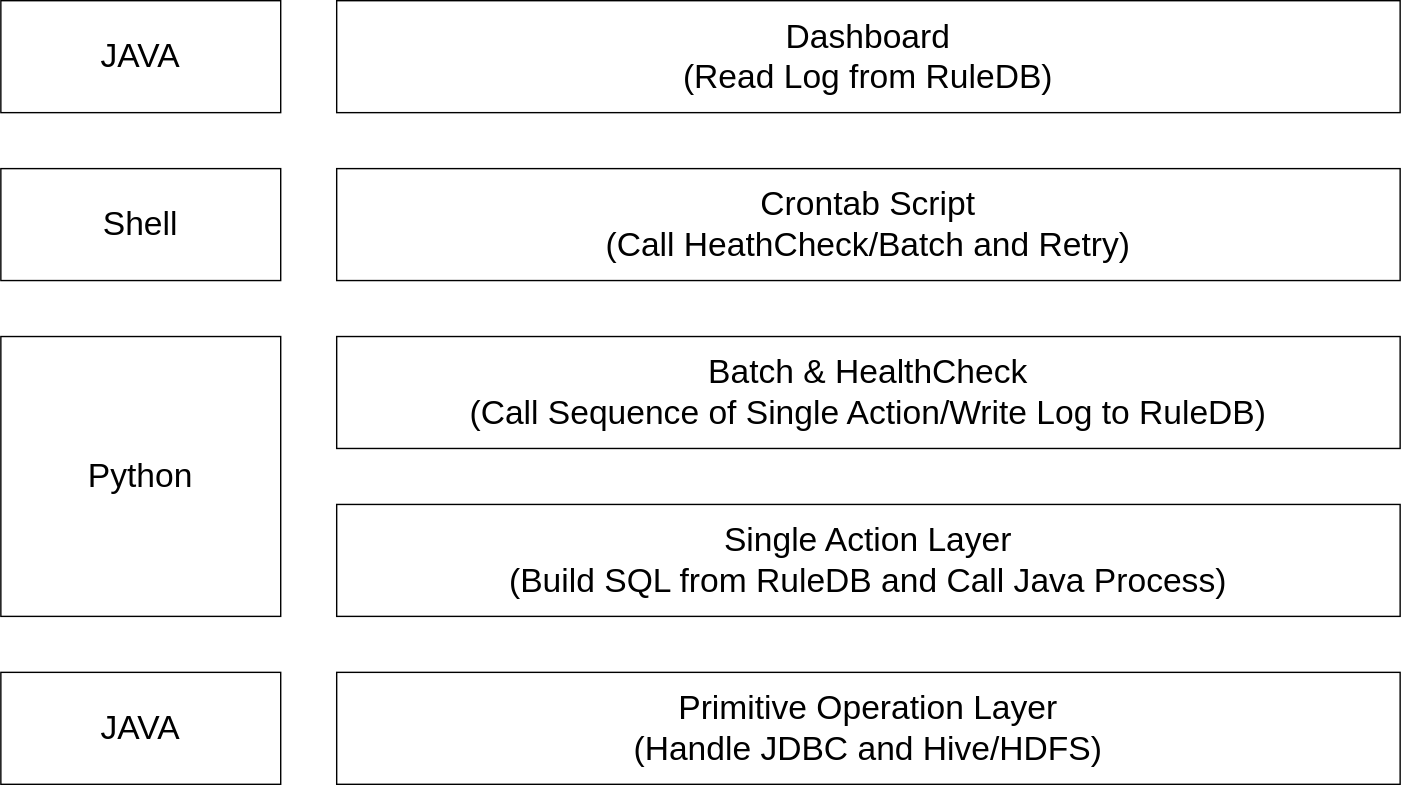
Above: images/Data Lake Architecture.svg in assam258-5892/DataLakeDocs (draw.io), before the change. Source tidied: cells renumbered, new cells last; positions are measured from the earlier drawing's top-left corner, leaving out a move shared by most shapes. The source it was exported from:
```xml
<mxGraphModel>
  <root>
    <mxCell id="0" />
    <mxCell id="1" parent="0" />
    <mxCell id="2" value="&lt;font style=&quot;font-size: 24px&quot;&gt;JAVA&lt;/font&gt;" style="rounded=0;whiteSpace=wrap;html=1;" parent="1" vertex="1">
      <mxGeometry y="480" width="200" height="80" as="geometry" />
    </mxCell>
    <mxCell id="3" value="&lt;font style=&quot;font-size: 24px&quot;&gt;Python&lt;/font&gt;" style="rounded=0;whiteSpace=wrap;html=1;" parent="1" vertex="1">
      <mxGeometry y="240" width="200" height="200" as="geometry" />
    </mxCell>
    <mxCell id="4" value="&lt;font style=&quot;font-size: 24px&quot;&gt;Shell&lt;/font&gt;" style="rounded=0;whiteSpace=wrap;html=1;" parent="1" vertex="1">
      <mxGeometry y="120" width="200" height="80" as="geometry" />
    </mxCell>
    <mxCell id="5" value="&lt;font style=&quot;font-size: 24px&quot;&gt;Crontab Script&lt;br&gt;(Call HeathCheck/Batch and Retry)&lt;br&gt;&lt;/font&gt;" style="rounded=0;whiteSpace=wrap;html=1;" parent="1" vertex="1">
      <mxGeometry x="240" y="120" width="760" height="80" as="geometry" />
    </mxCell>
    <mxCell id="6" value="&lt;font style=&quot;font-size: 24px&quot;&gt;Batch &amp;amp; HealthCheck&lt;br&gt;(Call Sequence of Single Action/Write Log to RuleDB)&lt;br&gt;&lt;/font&gt;" style="rounded=0;whiteSpace=wrap;html=1;" parent="1" vertex="1">
      <mxGeometry x="240" y="240" width="760" height="80" as="geometry" />
    </mxCell>
    <mxCell id="7" value="&lt;font style=&quot;font-size: 24px&quot;&gt;Single Action Layer&lt;br&gt;(Build SQL from RuleDB and Call Java Process)&lt;br&gt;&lt;/font&gt;" style="rounded=0;whiteSpace=wrap;html=1;" parent="1" vertex="1">
      <mxGeometry x="240" y="360" width="760" height="80" as="geometry" />
    </mxCell>
    <mxCell id="8" value="&lt;span style=&quot;font-size: 24px&quot;&gt;Primitive Operation Layer&lt;br&gt;(Handle JDBC and Hive/HDFS)&lt;br&gt;&lt;/span&gt;" style="rounded=0;whiteSpace=wrap;html=1;" parent="1" vertex="1">
      <mxGeometry x="240" y="480" width="760" height="80" as="geometry" />
    </mxCell>
    <mxCell id="9" value="&lt;font style=&quot;font-size: 24px&quot;&gt;Dashboard&lt;br&gt;(Read Log from RuleDB)&lt;br&gt;&lt;/font&gt;" style="rounded=0;whiteSpace=wrap;html=1;" parent="1" vertex="1">
      <mxGeometry x="240" width="760" height="80" as="geometry" />
    </mxCell>
    <mxCell id="10" value="&lt;font style=&quot;font-size: 24px&quot;&gt;JAVA&lt;/font&gt;" style="rounded=0;whiteSpace=wrap;html=1;" parent="1" vertex="1">
      <mxGeometry width="200" height="80" as="geometry" />
    </mxCell>
  </root>
</mxGraphModel>
```
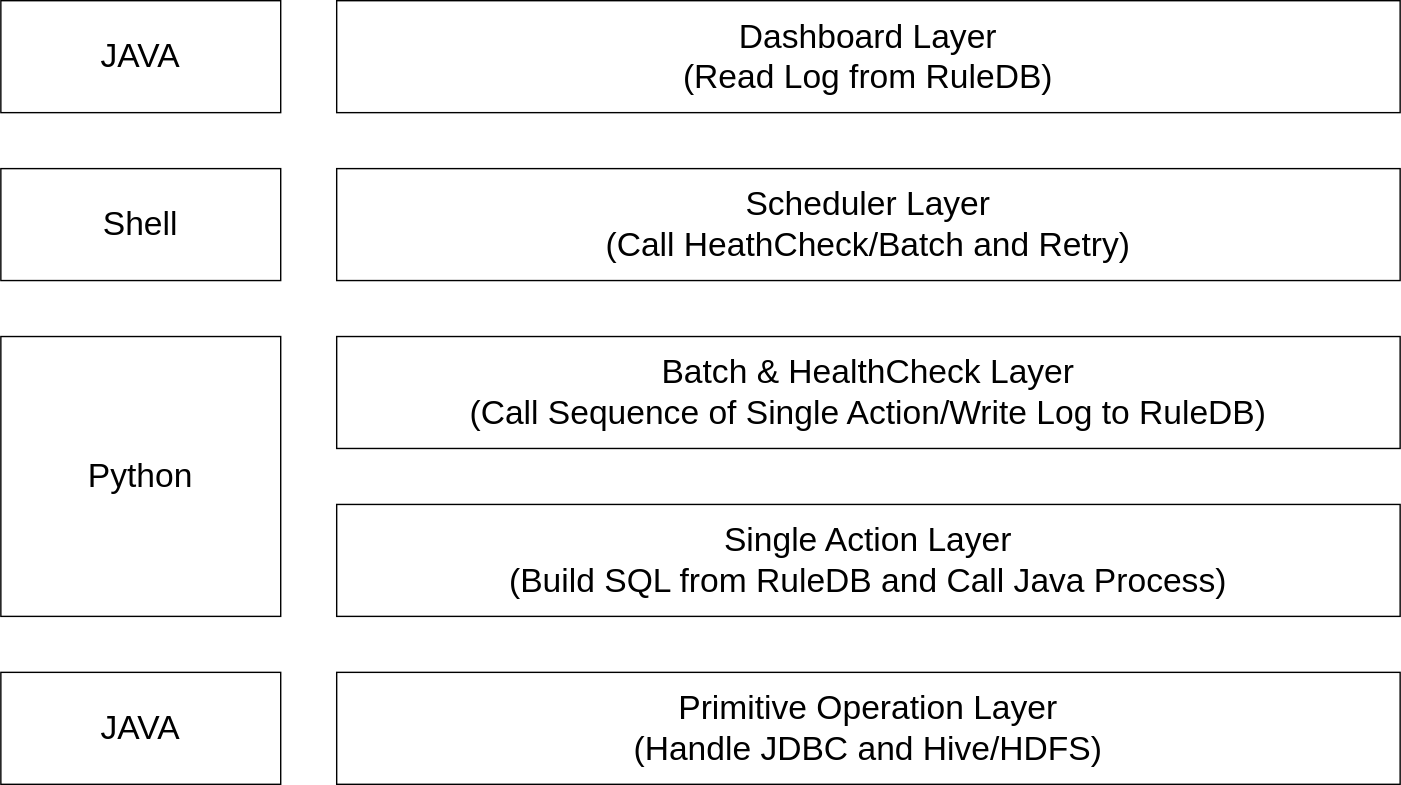
Later version of the same file.

The edit, as a diff of the source:
```diff
@@ -11,10 +11,10 @@
     <mxCell id="4" value="&lt;font style=&quot;font-size: 24px&quot;&gt;Shell&lt;/font&gt;" style="rounded=0;whiteSpace=wrap;html=1;" parent="1" vertex="1">
       <mxGeometry y="120" width="200" height="80" as="geometry" />
     </mxCell>
-    <mxCell id="5" value="&lt;font style=&quot;font-size: 24px&quot;&gt;Crontab Script&lt;br&gt;(Call HeathCheck/Batch and Retry)&lt;br&gt;&lt;/font&gt;" style="rounded=0;whiteSpace=wrap;html=1;" parent="1" vertex="1">
+    <mxCell id="5" value="&lt;font style=&quot;font-size: 24px&quot;&gt;Scheduler Layer&lt;br&gt;(Call HeathCheck/Batch and Retry)&lt;br&gt;&lt;/font&gt;" style="rounded=0;whiteSpace=wrap;html=1;" parent="1" vertex="1">
       <mxGeometry x="240" y="120" width="760" height="80" as="geometry" />
     </mxCell>
-    <mxCell id="6" value="&lt;font style=&quot;font-size: 24px&quot;&gt;Batch &amp;amp; HealthCheck&lt;br&gt;(Call Sequence of Single Action/Write Log to RuleDB)&lt;br&gt;&lt;/font&gt;" style="rounded=0;whiteSpace=wrap;html=1;" parent="1" vertex="1">
+    <mxCell id="6" value="&lt;font style=&quot;font-size: 24px&quot;&gt;Batch &amp;amp; HealthCheck Layer&lt;br&gt;(Call Sequence of Single Action/Write Log to RuleDB)&lt;br&gt;&lt;/font&gt;" style="rounded=0;whiteSpace=wrap;html=1;" parent="1" vertex="1">
       <mxGeometry x="240" y="240" width="760" height="80" as="geometry" />
     </mxCell>
     <mxCell id="7" value="&lt;font style=&quot;font-size: 24px&quot;&gt;Single Action Layer&lt;br&gt;(Build SQL from RuleDB and Call Java Process)&lt;br&gt;&lt;/font&gt;" style="rounded=0;whiteSpace=wrap;html=1;" parent="1" vertex="1">
@@ -23,7 +23,7 @@
     <mxCell id="8" value="&lt;span style=&quot;font-size: 24px&quot;&gt;Primitive Operation Layer&lt;br&gt;(Handle JDBC and Hive/HDFS)&lt;br&gt;&lt;/span&gt;" style="rounded=0;whiteSpace=wrap;html=1;" parent="1" vertex="1">
       <mxGeometry x="240" y="480" width="760" height="80" as="geometry" />
     </mxCell>
-    <mxCell id="9" value="&lt;font style=&quot;font-size: 24px&quot;&gt;Dashboard&lt;br&gt;(Read Log from RuleDB)&lt;br&gt;&lt;/font&gt;" style="rounded=0;whiteSpace=wrap;html=1;" parent="1" vertex="1">
+    <mxCell id="9" value="&lt;font style=&quot;font-size: 24px&quot;&gt;Dashboard Layer&lt;br&gt;(Read Log from RuleDB)&lt;br&gt;&lt;/font&gt;" style="rounded=0;whiteSpace=wrap;html=1;" parent="1" vertex="1">
       <mxGeometry x="240" width="760" height="80" as="geometry" />
     </mxCell>
     <mxCell id="10" value="&lt;font style=&quot;font-size: 24px&quot;&gt;JAVA&lt;/font&gt;" style="rounded=0;whiteSpace=wrap;html=1;" parent="1" vertex="1">
```
